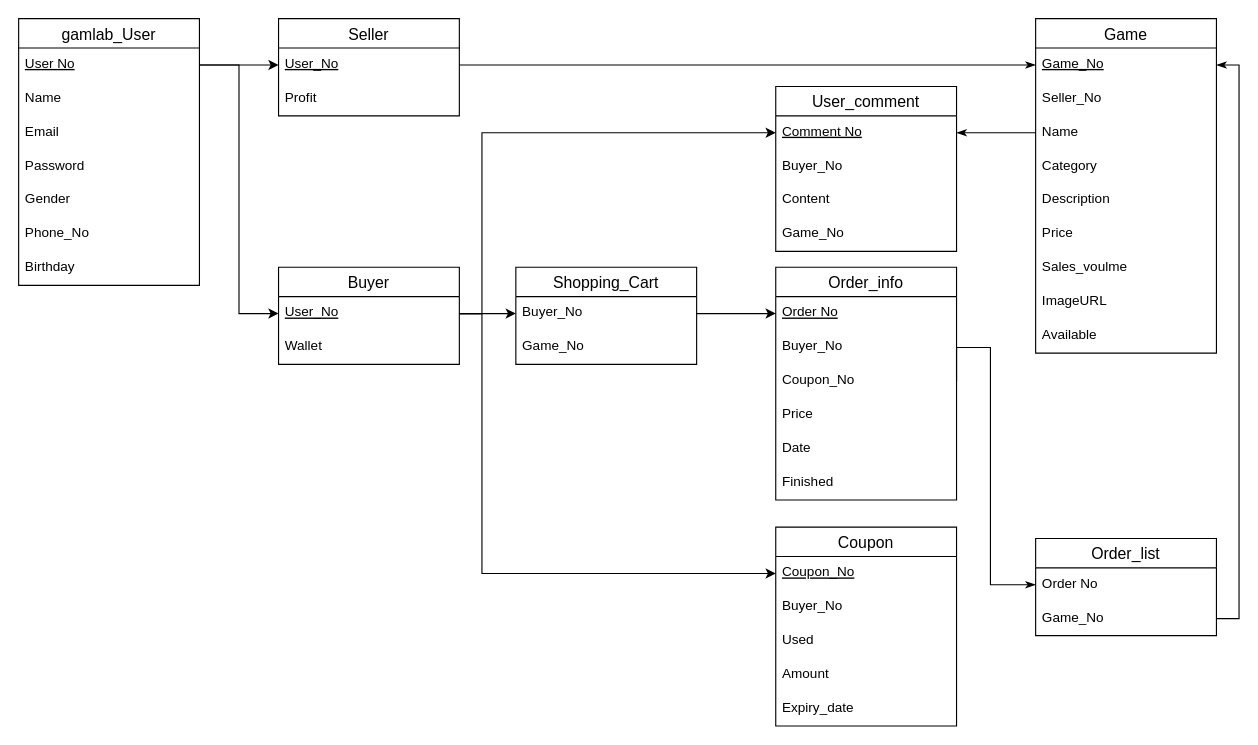
Earlier version of the draw.io diagram page "Database Schema" (3 of 3) of DBMS.drawio (13urgerKing/109-1DBMS). Source tidied: cells renumbered, new cells numbered last; positions are measured from the earlier drawing's top-left corner, leaving out a move shared by most shapes. Both pictures are drawn from the tidied source at 113%, with x=0, y=0 at pixel (18, 18).
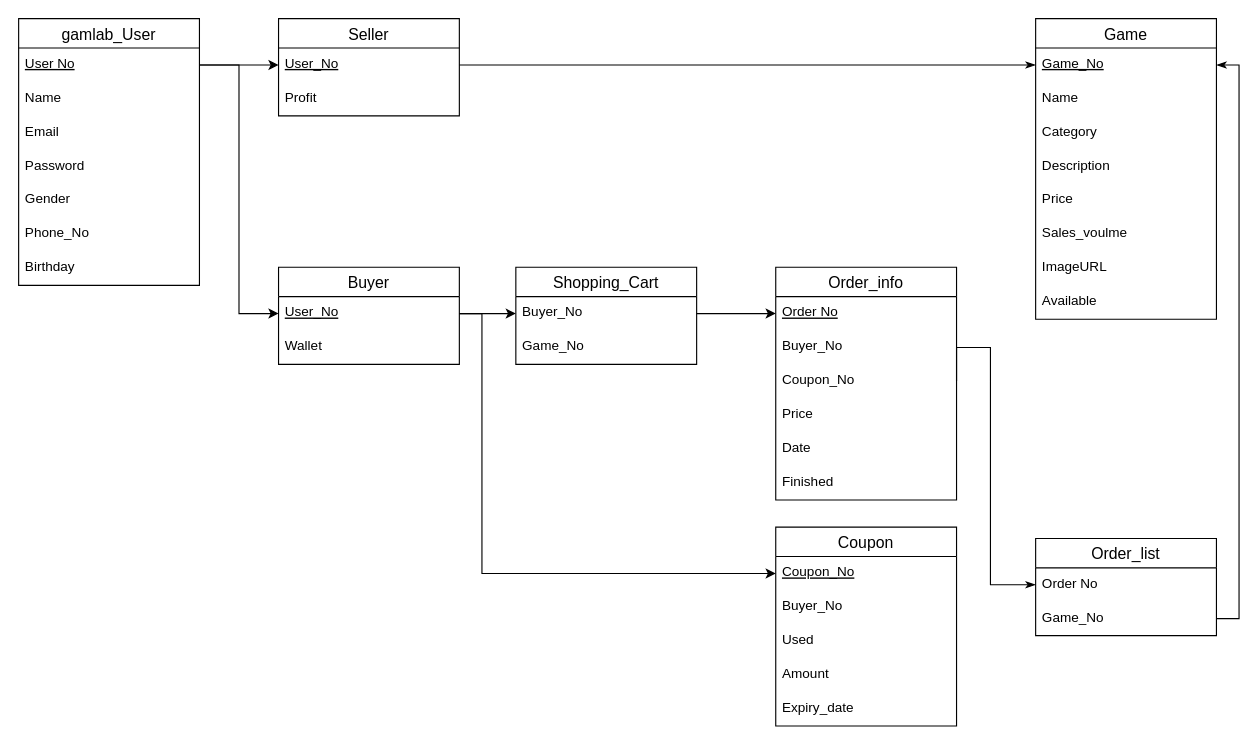
The same diagram, later.

The change refers to these unchanged cells:
```xml
<mxCell id="11" value="User_No" style="text;strokeColor=none;fillColor=none;spacingLeft=4;spacingRight=4;overflow=hidden;points=[[0,0.5],[1,0.5]];portConstraint=eastwest;fontSize=12;fontStyle=4;" parent="10" vertex="1">
  <mxGeometry y="26" width="160" height="30" as="geometry" />
</mxCell>
```

Diff of the diagram source:
```diff
@@
     <mxCell id="16" value="Game" style="swimlane;fontStyle=0;horizontal=1;startSize=26;align=center;fontSize=14;shadow=0;" parent="1" vertex="1">
-      <mxGeometry x="900" width="160" height="296" as="geometry" />
+      <mxGeometry x="900" width="160" height="266" as="geometry" />
     </mxCell>
@@
-    <mxCell id="18" value="Seller_No" style="text;strokeColor=none;fillColor=none;spacingLeft=4;spacingRight=4;overflow=hidden;fontSize=12;fontStyle=0;" parent="16" vertex="1">
-      <mxGeometry y="56" width="160" height="30" as="geometry" />
-    </mxCell>
     <mxCell id="19" value="Name" style="text;strokeColor=none;fillColor=none;spacingLeft=4;spacingRight=4;overflow=hidden;fontSize=12;" parent="16" vertex="1">
-      <mxGeometry y="86" width="160" height="30" as="geometry" />
+      <mxGeometry y="56" width="160" height="30" as="geometry" />
     </mxCell>
     <mxCell id="20" value="Category" style="text;strokeColor=none;fillColor=none;spacingLeft=4;spacingRight=4;overflow=hidden;fontSize=12;" parent="16" vertex="1">
-      <mxGeometry y="116" width="160" height="30" as="geometry" />
+      <mxGeometry y="86" width="160" height="30" as="geometry" />
     </mxCell>
     <mxCell id="21" value="Description" style="text;strokeColor=none;fillColor=none;spacingLeft=4;spacingRight=4;overflow=hidden;fontSize=12;" parent="16" vertex="1">
-      <mxGeometry y="146" width="160" height="30" as="geometry" />
+      <mxGeometry y="116" width="160" height="30" as="geometry" />
     </mxCell>
     <mxCell id="22" value="Price" style="text;strokeColor=none;fillColor=none;spacingLeft=4;spacingRight=4;overflow=hidden;fontSize=12;" parent="16" vertex="1">
-      <mxGeometry y="176" width="160" height="30" as="geometry" />
+      <mxGeometry y="146" width="160" height="30" as="geometry" />
     </mxCell>
     <mxCell id="23" value="Sales_voulme" style="text;strokeColor=none;fillColor=none;spacingLeft=4;spacingRight=4;overflow=hidden;fontSize=12;" parent="16" vertex="1">
-      <mxGeometry y="206" width="160" height="30" as="geometry" />
+      <mxGeometry y="176" width="160" height="30" as="geometry" />
     </mxCell>
     <mxCell id="24" value="ImageURL" style="text;strokeColor=none;fillColor=none;spacingLeft=4;spacingRight=4;overflow=hidden;fontSize=12;" parent="16" vertex="1">
-      <mxGeometry y="236" width="160" height="30" as="geometry" />
+      <mxGeometry y="206" width="160" height="30" as="geometry" />
     </mxCell>
     <mxCell id="25" value="Available" style="text;strokeColor=none;fillColor=none;spacingLeft=4;spacingRight=4;overflow=hidden;fontSize=12;" parent="16" vertex="1">
-      <mxGeometry y="266" width="160" height="30" as="geometry" />
+      <mxGeometry y="236" width="160" height="30" as="geometry" />
     </mxCell>
-    <mxCell id="26" value="User_comment" style="swimlane;fontStyle=0;horizontal=1;startSize=26;align=center;fontSize=14;" parent="1" vertex="1">
-      <mxGeometry x="670" y="60" width="160" height="146" as="geometry" />
-    </mxCell>
-    <mxCell id="27" value="Comment No" style="text;strokeColor=none;fillColor=none;spacingLeft=4;spacingRight=4;overflow=hidden;points=[[0,0.5],[1,0.5]];portConstraint=eastwest;fontSize=12;fontStyle=4;" parent="26" vertex="1">
-      <mxGeometry y="26" width="160" height="30" as="geometry" />
-    </mxCell>
-    <mxCell id="28" value="Buyer_No" style="text;strokeColor=none;fillColor=none;spacingLeft=4;spacingRight=4;overflow=hidden;fontSize=12;" parent="26" vertex="1">
-      <mxGeometry y="56" width="160" height="30" as="geometry" />
-    </mxCell>
-    <mxCell id="29" value="Content" style="text;strokeColor=none;fillColor=none;spacingLeft=4;spacingRight=4;overflow=hidden;fontSize=12;fontStyle=0;" parent="26" vertex="1">
-      <mxGeometry y="86" width="160" height="30" as="geometry" />
-    </mxCell>
-    <mxCell id="30" value="Game_No" style="text;strokeColor=none;fillColor=none;spacingLeft=4;spacingRight=4;overflow=hidden;fontSize=12;fontStyle=0;" parent="26" vertex="1">
-      <mxGeometry y="116" width="160" height="30" as="geometry" />
-    </mxCell>
@@
-    <mxCell id="40" style="edgeStyle=orthogonalEdgeStyle;rounded=0;jettySize=auto;html=1;entryX=1;entryY=0.5;entryDx=0;entryDy=0;endArrow=classicThin;endFill=1;" parent="1" edge="1" target="27">
-      <mxGeometry relative="1" as="geometry">
-        <mxPoint x="900" y="101" as="sourcePoint" />
-        <Array as="points">
-          <mxPoint x="900" y="101" />
-        </Array>
-      </mxGeometry>
-    </mxCell>
@@
-    <mxCell id="57" style="edgeStyle=orthogonalEdgeStyle;rounded=0;jettySize=auto;html=1;exitX=1;exitY=0.5;exitDx=0;exitDy=0;entryX=0;entryY=0.5;entryDx=0;entryDy=0;" parent="1" edge="1" source="11" target="27">
-      <mxGeometry relative="1" as="geometry">
-        <Array as="points">
-          <mxPoint x="410" y="261" />
-          <mxPoint x="410" y="101" />
-        </Array>
-      </mxGeometry>
-    </mxCell>
```
